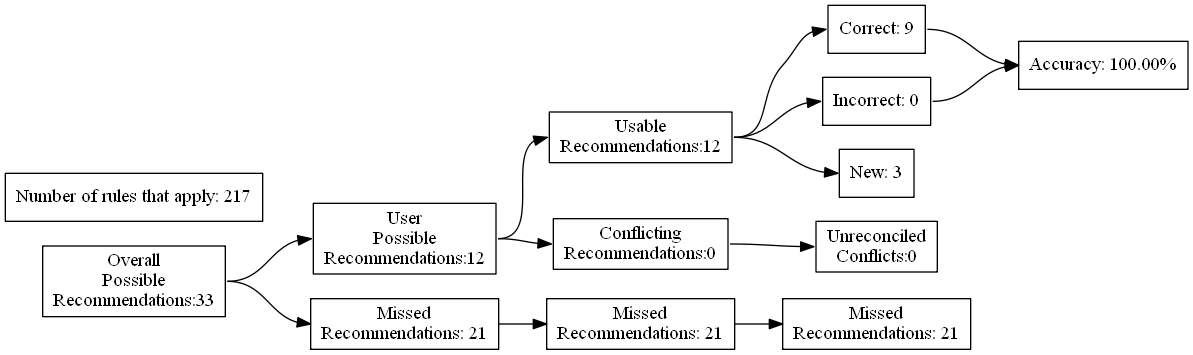
Before: test_renders/12.gv.png, a diagram exported from Graphviz (ZaxR/ibd_diet_analysis). Its source is kept beside it as test_renders/12.gv.
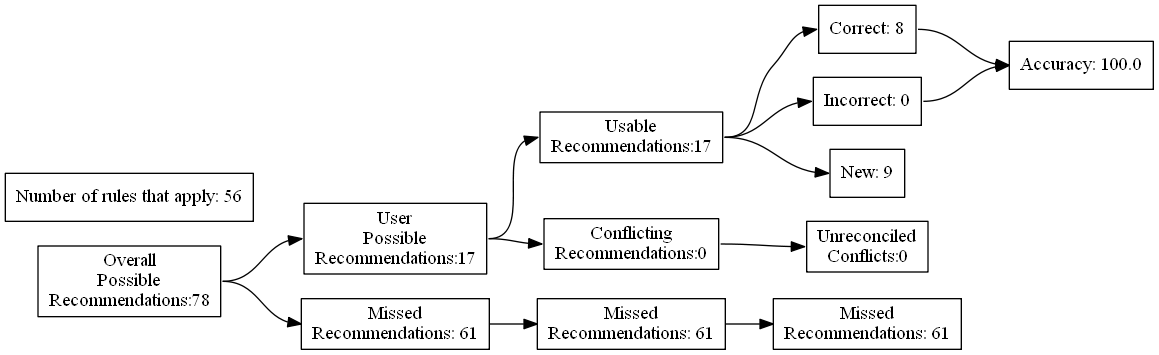
The same file after the commit.

The edit, as a diff of the source:
```diff
@@ -4,27 +4,27 @@
 	edge [headport=w tailport=e]
 		A [label="Overall
 Possible
-Recommendations:33"]
+Recommendations:78"]
 		B [label="User
 Possible
-Recommendations:12"]
+Recommendations:17"]
 		C [label="Missed
-Recommendations: 21"]
+Recommendations: 61"]
 		D [label="Usable
-Recommendations:12"]
+Recommendations:17"]
 		E [label="Conflicting
 Recommendations:0"]
 		J [label="Missed
-Recommendations: 21"]
+Recommendations: 61"]
 		M [label="Unreconciled
 Conflicts:0"]
-		F [label="Correct: 9"]
+		F [label="Correct: 8"]
 		G [label="Incorrect: 0"]
-		H [label="New: 3"]
+		H [label="New: 9"]
 		K [label="Missed
-Recommendations: 21"]
-		I [label="Accuracy: 100.00%"]
-		l [label="Number of rules that apply: 217"]
+Recommendations: 61"]
+		I [label="Accuracy: 100.0"]
+		l [label="Number of rules that apply: 56"]
 			A -> B
 			A -> C
 			B -> D
```
